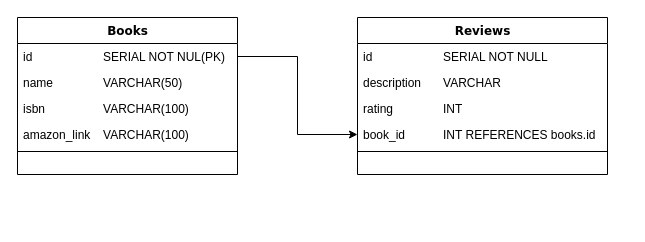
The draw.io diagram Untitled Diagram.drawio in bhaveshpadave/book_reviews, before the edit. Source tidied: cells renumbered, new cells numbered last; positions are measured from the earlier drawing's top-left corner, leaving out a move shared by most shapes. Both pictures are drawn from the tidied source at 100%, with x=0, y=0 at pixel (17, 17).
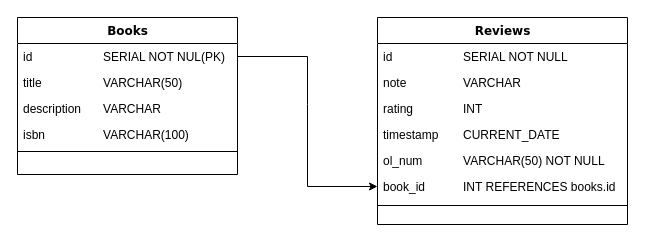
The same page after the edit.

What changed in the source:
```diff
@@
 <mxGraphModel>
   <root>
     <mxCell id="0" />
     <mxCell id="1" parent="0" />
     <mxCell id="2" value="Books" style="swimlane;html=1;fontStyle=1;align=center;verticalAlign=top;horizontal=1;startSize=26;swimlaneFillColor=#ffffff;rounded=0;shadow=0;comic=0;labelBackgroundColor=none;strokeWidth=1;fillColor=none;fontFamily=Verdana;fontSize=12;" parent="1" vertex="1">
       <mxGeometry width="220" height="157" as="geometry" />
     </mxCell>
     <mxCell id="3" value="id &lt;span style=&quot;white-space: pre;&quot;&gt;&#9;&lt;/span&gt;&lt;span style=&quot;white-space: pre;&quot;&gt;&#9;&lt;/span&gt;&lt;span style=&quot;white-space: pre;&quot;&gt;&#9;&lt;/span&gt;SERIAL NOT NUL(PK)" style="text;html=1;strokeColor=none;fillColor=none;align=left;verticalAlign=top;spacingLeft=4;spacingRight=4;whiteSpace=wrap;overflow=hidden;points=[[0,0.5],[1,0.5]];portConstraint=eastwest;" parent="2" vertex="1">
       <mxGeometry y="26" width="220" height="26" as="geometry" />
     </mxCell>
-    <mxCell id="4" value="name&lt;span style=&quot;white-space: pre;&quot;&gt;&#9;&lt;/span&gt;&lt;span style=&quot;white-space: pre;&quot;&gt;&#9;&lt;/span&gt;VARCHAR(50)" style="text;html=1;strokeColor=none;fillColor=none;align=left;verticalAlign=top;spacingLeft=4;spacingRight=4;whiteSpace=wrap;overflow=hidden;" parent="2" vertex="1">
+    <mxCell id="4" value="title&lt;span style=&quot;white-space: pre;&quot;&gt;&#9;&lt;/span&gt;&lt;span style=&quot;white-space: pre;&quot;&gt;&#9;&lt;/span&gt;&lt;span style=&quot;white-space: pre;&quot;&gt;&#9;&lt;/span&gt;VARCHAR(50)" style="text;html=1;strokeColor=none;fillColor=none;align=left;verticalAlign=top;spacingLeft=4;spacingRight=4;whiteSpace=wrap;overflow=hidden;" parent="2" vertex="1">
       <mxGeometry y="52" width="220" height="26" as="geometry" />
     </mxCell>
+    <mxCell id="15" value="description&lt;span style=&quot;white-space: pre;&quot;&gt;&#9;&lt;/span&gt;VARCHAR" style="text;html=1;strokeColor=none;fillColor=none;align=left;verticalAlign=top;spacingLeft=4;spacingRight=4;whiteSpace=wrap;overflow=hidden;" parent="2" vertex="1">
+      <mxGeometry y="78" width="220" height="26" as="geometry" />
+    </mxCell>
     <mxCell id="5" value="isbn&lt;span style=&quot;white-space: pre;&quot;&gt;&#9;&lt;/span&gt;&lt;span style=&quot;white-space: pre;&quot;&gt;&#9;&lt;/span&gt;&lt;span style=&quot;white-space: pre;&quot;&gt;&#9;&lt;/span&gt;VARCHAR(100)" style="text;html=1;strokeColor=none;fillColor=none;align=left;verticalAlign=top;spacingLeft=4;spacingRight=4;whiteSpace=wrap;overflow=hidden;" parent="2" vertex="1">
-      <mxGeometry y="78" width="220" height="26" as="geometry" />
+      <mxGeometry y="104" width="220" height="26" as="geometry" />
     </mxCell>
-    <mxCell id="6" value="amazon_link &lt;span style=&quot;white-space: pre;&quot;&gt;&#9;&lt;/span&gt;VARCHAR(100)" style="text;html=1;strokeColor=none;fillColor=none;align=left;verticalAlign=top;spacingLeft=4;spacingRight=4;whiteSpace=wrap;overflow=hidden;" parent="2" vertex="1">
-      <mxGeometry y="104" width="220" height="26" as="geometry" />
-    </mxCell>
     <mxCell id="7" style="line;html=1;strokeWidth=1;fillColor=none;align=left;verticalAlign=middle;spacingTop=-1;spacingLeft=3;spacingRight=3;labelPosition=right;" parent="2" vertex="1">
       <mxGeometry y="130" width="220" height="8" as="geometry" />
     </mxCell>
     <mxCell id="8" value="Reviews" style="swimlane;html=1;fontStyle=1;align=center;verticalAlign=top;horizontal=1;startSize=26;swimlaneFillColor=#ffffff;rounded=0;shadow=0;comic=0;labelBackgroundColor=none;strokeWidth=1;fillColor=none;fontFamily=Verdana;fontSize=12;" parent="1" vertex="1">
-      <mxGeometry x="340" width="250" height="157" as="geometry" />
+      <mxGeometry x="360" width="250" height="207" as="geometry" />
     </mxCell>
     <mxCell id="9" value="id &lt;span style=&quot;white-space: pre;&quot;&gt;&#9;&lt;/span&gt;&lt;span style=&quot;white-space: pre;&quot;&gt;&#9;&lt;/span&gt;&lt;span style=&quot;white-space: pre;&quot;&gt;&#9;&lt;/span&gt;SERIAL NOT NULL" style="text;html=1;strokeColor=none;fillColor=none;align=left;verticalAlign=top;spacingLeft=4;spacingRight=4;whiteSpace=wrap;overflow=hidden;" parent="8" vertex="1">
       <mxGeometry y="26" width="250" height="26" as="geometry" />
     </mxCell>
-    <mxCell id="10" value="description&lt;span style=&quot;white-space: pre;&quot;&gt;&#9;&lt;/span&gt;VARCHAR" style="text;html=1;strokeColor=none;fillColor=none;align=left;verticalAlign=top;spacingLeft=4;spacingRight=4;whiteSpace=wrap;overflow=hidden;" parent="8" vertex="1">
+    <mxCell id="10" value="note&lt;span style=&quot;white-space: pre;&quot;&gt;&#9;&lt;/span&gt;&lt;span style=&quot;white-space: pre;&quot;&gt;&#9;&lt;/span&gt;&lt;span style=&quot;white-space: pre;&quot;&gt;&#9;&lt;/span&gt;VARCHAR" style="text;html=1;strokeColor=none;fillColor=none;align=left;verticalAlign=top;spacingLeft=4;spacingRight=4;whiteSpace=wrap;overflow=hidden;" parent="8" vertex="1">
       <mxGeometry y="52" width="250" height="26" as="geometry" />
     </mxCell>
     <mxCell id="11" value="rating &lt;span style=&quot;white-space: pre;&quot;&gt;&#9;&lt;/span&gt;&lt;span style=&quot;white-space: pre;&quot;&gt;&#9;&lt;/span&gt;INT" style="text;html=1;strokeColor=none;fillColor=none;align=left;verticalAlign=top;spacingLeft=4;spacingRight=4;whiteSpace=wrap;overflow=hidden;" parent="8" vertex="1">
       <mxGeometry y="78" width="250" height="26" as="geometry" />
     </mxCell>
+    <mxCell id="16" value="timestamp&lt;span style=&quot;white-space: pre;&quot;&gt;&#9;&lt;/span&gt;CURRENT_DATE" style="text;html=1;strokeColor=none;fillColor=none;align=left;verticalAlign=top;spacingLeft=4;spacingRight=4;whiteSpace=wrap;overflow=hidden;" parent="8" vertex="1">
+      <mxGeometry y="104" width="250" height="26" as="geometry" />
+    </mxCell>
+    <mxCell id="17" value="ol_num&lt;span style=&quot;white-space: pre;&quot;&gt;&#9;&lt;/span&gt;&lt;span style=&quot;white-space: pre;&quot;&gt;&#9;&lt;/span&gt;VARCHAR(50) NOT NULL" style="text;html=1;strokeColor=none;fillColor=none;align=left;verticalAlign=top;spacingLeft=4;spacingRight=4;whiteSpace=wrap;overflow=hidden;" parent="8" vertex="1">
+      <mxGeometry y="130" width="250" height="26" as="geometry" />
+    </mxCell>
     <mxCell id="12" value="book_id&lt;span style=&quot;white-space: pre;&quot;&gt;&#9;&lt;/span&gt;&lt;span style=&quot;white-space: pre;&quot;&gt;&#9;&lt;/span&gt;INT REFERENCES books.id" style="text;html=1;strokeColor=none;fillColor=none;align=left;verticalAlign=top;spacingLeft=4;spacingRight=4;whiteSpace=wrap;overflow=hidden;points=[[0,0.5],[1,0.5]];portConstraint=eastwest;" parent="8" vertex="1">
-      <mxGeometry y="104" width="250" height="26" as="geometry" />
+      <mxGeometry y="156" width="250" height="26" as="geometry" />
     </mxCell>
     <mxCell id="13" style="line;html=1;strokeWidth=1;fillColor=none;align=left;verticalAlign=middle;spacingTop=-1;spacingLeft=3;spacingRight=3;labelPosition=right;" parent="8" vertex="1">
-      <mxGeometry y="130" width="250" height="8" as="geometry" />
+      <mxGeometry y="182" width="250" height="12" as="geometry" />
     </mxCell>
     <mxCell id="14" style="edgeStyle=none;rounded=0;jettySize=auto;html=1;entryX=0;entryY=0.5;entryDx=0;entryDy=0;" parent="1" edge="1" source="3" target="12">
       <mxGeometry relative="1" as="geometry">
         <Array as="points">
-          <mxPoint x="280" y="39" />
-          <mxPoint x="280" y="117" />
+          <mxPoint x="290" y="39" />
+          <mxPoint x="290" y="87" />
+          <mxPoint x="290" y="169" />
         </Array>
       </mxGeometry>
     </mxCell>
   </root>
 </mxGraphModel>
```
